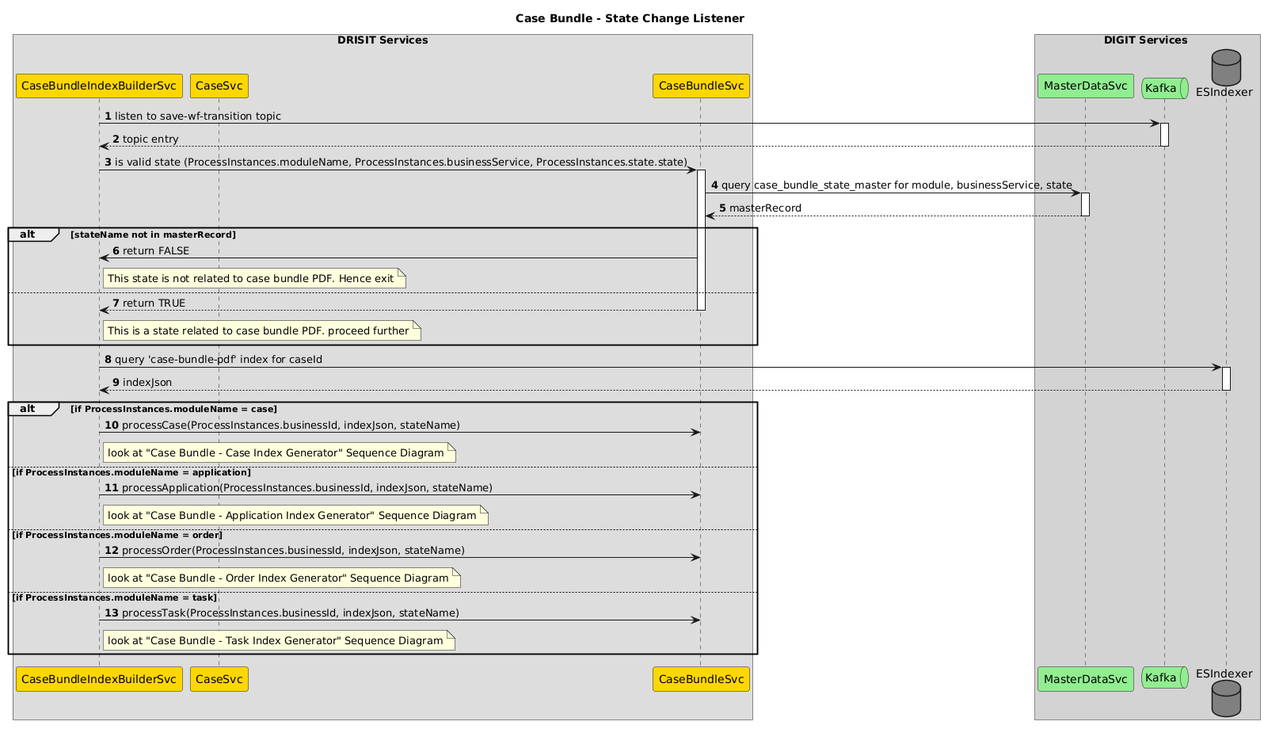
Above: docs/casebundle/sequencediagrams/diagrams/casebundle-statelistener.png in pucardotorg/dristi-solutions (PlantUML), before the change. Source of this version:
```plantuml
@startuml
autonumber
skinparam responseMessageBelowArrow true

title "Case Bundle - State Change Listener"

box DRISIT Services
participant CaseBundleIndexBuilderSvc as CBIBS #gold
participant CaseSvc as CS #gold
participant CaseBundleSvc as CBS #gold
end box

box DIGIT Services #lightgray
participant MasterDataSvc as MDS #lightgreen
queue Kafka as K #lightgreen
Database ESIndexer as ES #gray
end box


CBIBS->K++: listen to save-wf-transition topic
return topic entry

CBIBS ->CBS ++: is valid state (ProcessInstances.moduleName, ProcessInstances.businessService, ProcessInstances.state.state)
CBS ->MDS++: query case_bundle_state_master for module, businessService, state
return masterRecord

alt stateName not in masterRecord
  CBS ->CBIBS : return FALSE
  note right of CBIBS : This state is not related to case bundle PDF. Hence exit
else
  return return TRUE
  note right of CBIBS : This is a state related to case bundle PDF. proceed further
end


CBIBS->ES++: query 'case-bundle-pdf' index for caseId
return indexJson

alt if ProcessInstances.moduleName = case
  CBIBS->CBS : processCase(ProcessInstances.businessId, indexJson, stateName)
  note right of CBIBS : look at "Case Bundle - Case Index Generator" Sequence Diagram
else if ProcessInstances.moduleName = application
  CBIBS->CBS : processApplication(ProcessInstances.businessId, indexJson, stateName)
  note right of CBIBS: look at "Case Bundle - Application Index Generator" Sequence Diagram
else if ProcessInstances.moduleName = order
  CBIBS->CBS : processOrder(ProcessInstances.businessId, indexJson, stateName)
  note right of CBIBS: look at "Case Bundle - Order Index Generator" Sequence Diagram
else if ProcessInstances.moduleName = task
  CBIBS->CBS : processTask(ProcessInstances.businessId, indexJson, stateName)
  note right of CBIBS: look at "Case Bundle - Task Index Generator" Sequence Diagram
end
@enduml
```
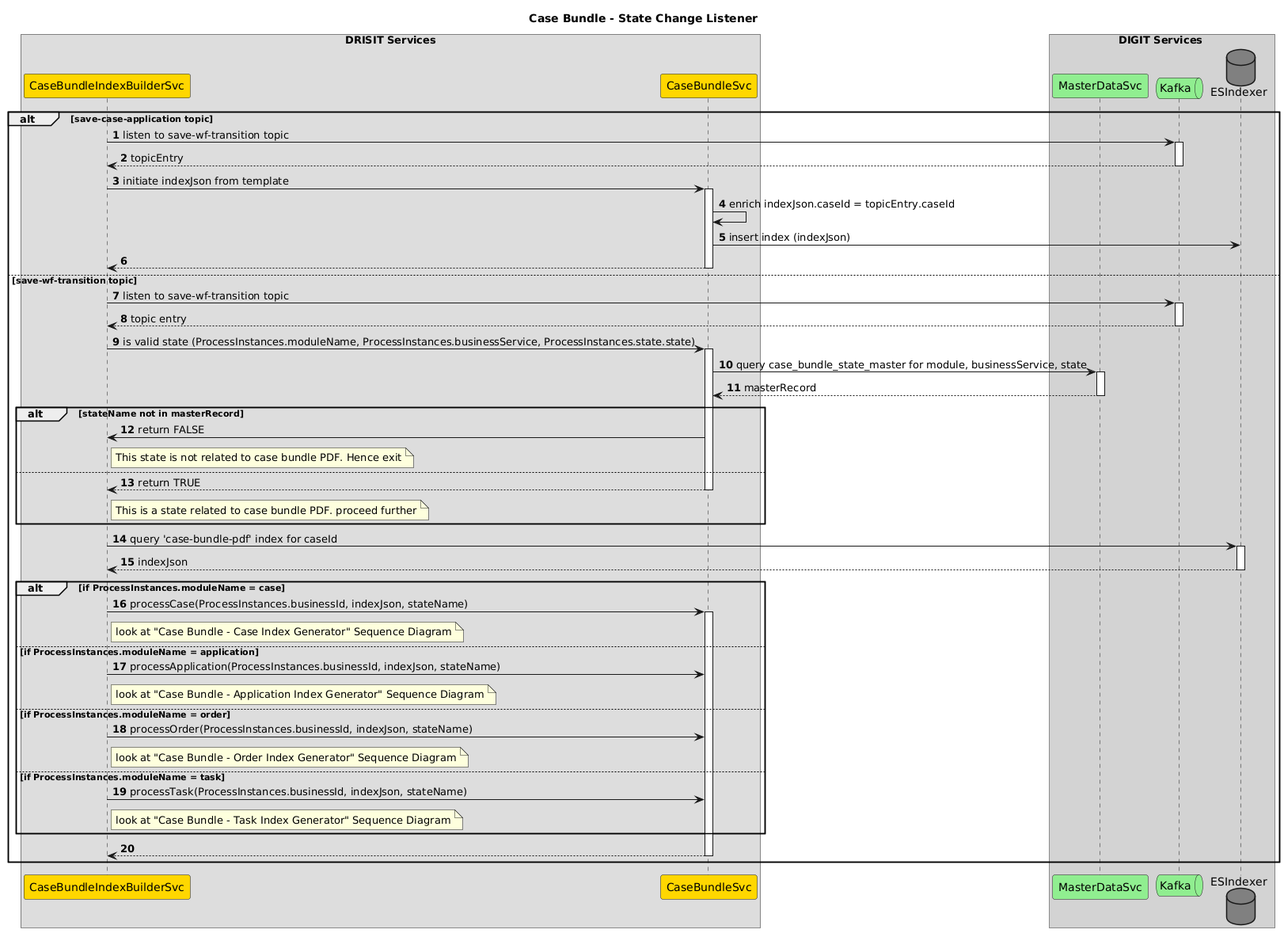
The same diagram one commit later.

What changed in the source:
```diff
@@ -6,7 +6,6 @@
 
 box DRISIT Services
 participant CaseBundleIndexBuilderSvc as CBIBS #gold
-participant CaseSvc as CS #gold
 participant CaseBundleSvc as CBS #gold
 end box
 
@@ -16,6 +15,15 @@
 Database ESIndexer as ES #gray
 end box
 
+
+alt save-case-application topic
+  CBIBS->K++: listen to save-wf-transition topic
+  return topicEntry
+  CBIBS ->CBS ++: initiate indexJson from template
+  CBS->CBS: enrich indexJson.caseId = topicEntry.caseId
+  CBS->ES: insert index (indexJson)
+  return
+else save-wf-transition topic
 
 CBIBS->K++: listen to save-wf-transition topic
 return topic entry
@@ -37,7 +45,7 @@
 return indexJson
 
 alt if ProcessInstances.moduleName = case
-  CBIBS->CBS : processCase(ProcessInstances.businessId, indexJson, stateName)
+  CBIBS->CBS++ : processCase(ProcessInstances.businessId, indexJson, stateName)
   note right of CBIBS : look at "Case Bundle - Case Index Generator" Sequence Diagram
 else if ProcessInstances.moduleName = application
   CBIBS->CBS : processApplication(ProcessInstances.businessId, indexJson, stateName)
@@ -49,4 +57,6 @@
   CBIBS->CBS : processTask(ProcessInstances.businessId, indexJson, stateName)
   note right of CBIBS: look at "Case Bundle - Task Index Generator" Sequence Diagram
 end
+return
+end
 @enduml
```
